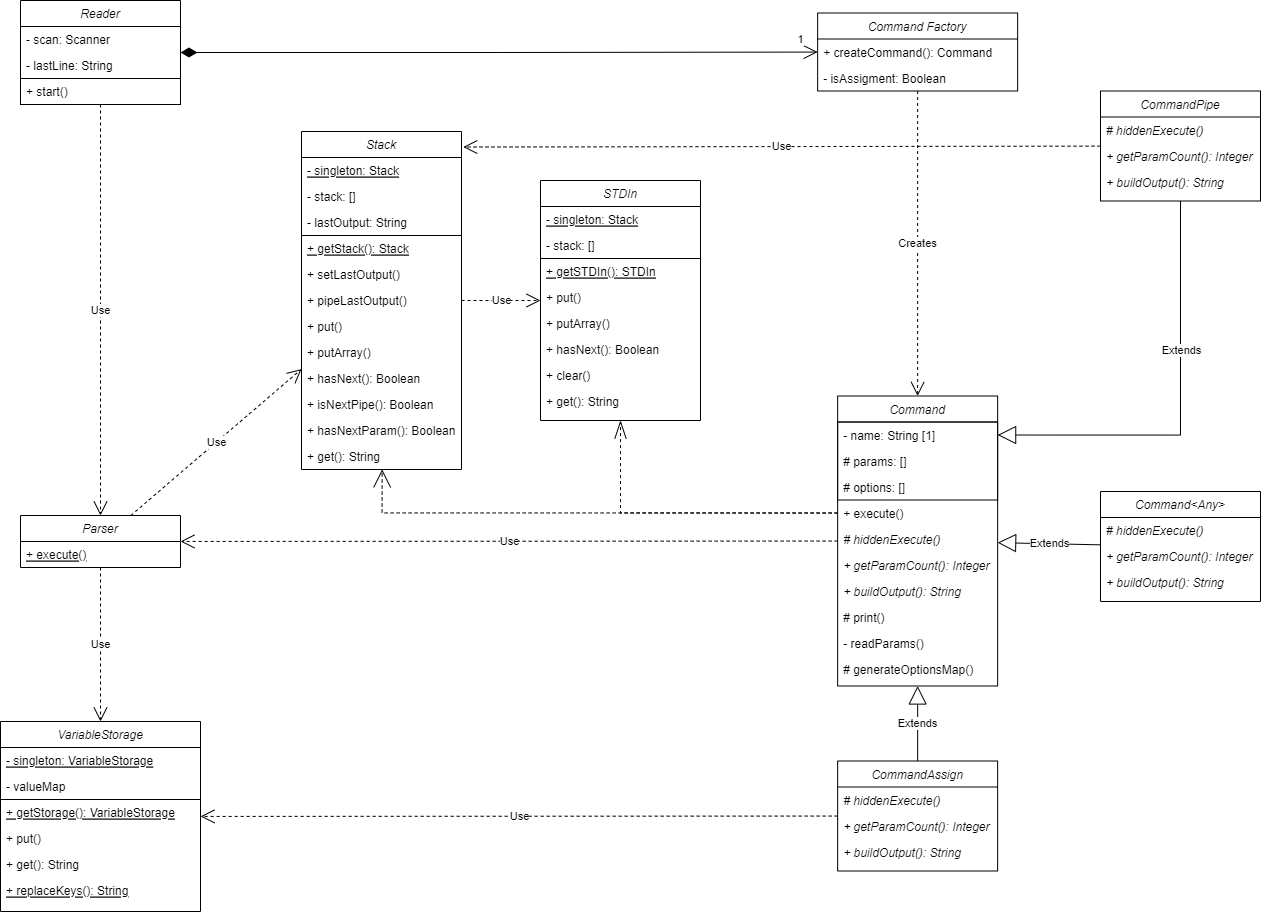
Above: Homework/CLI/CLI/ClassDiagramm.png in bogdanspbm/system_architecture (draw.io), before the change. Source tidied: cells renumbered, new cells last; positions are measured from the earlier drawing's top-left corner, leaving out a move shared by most shapes.
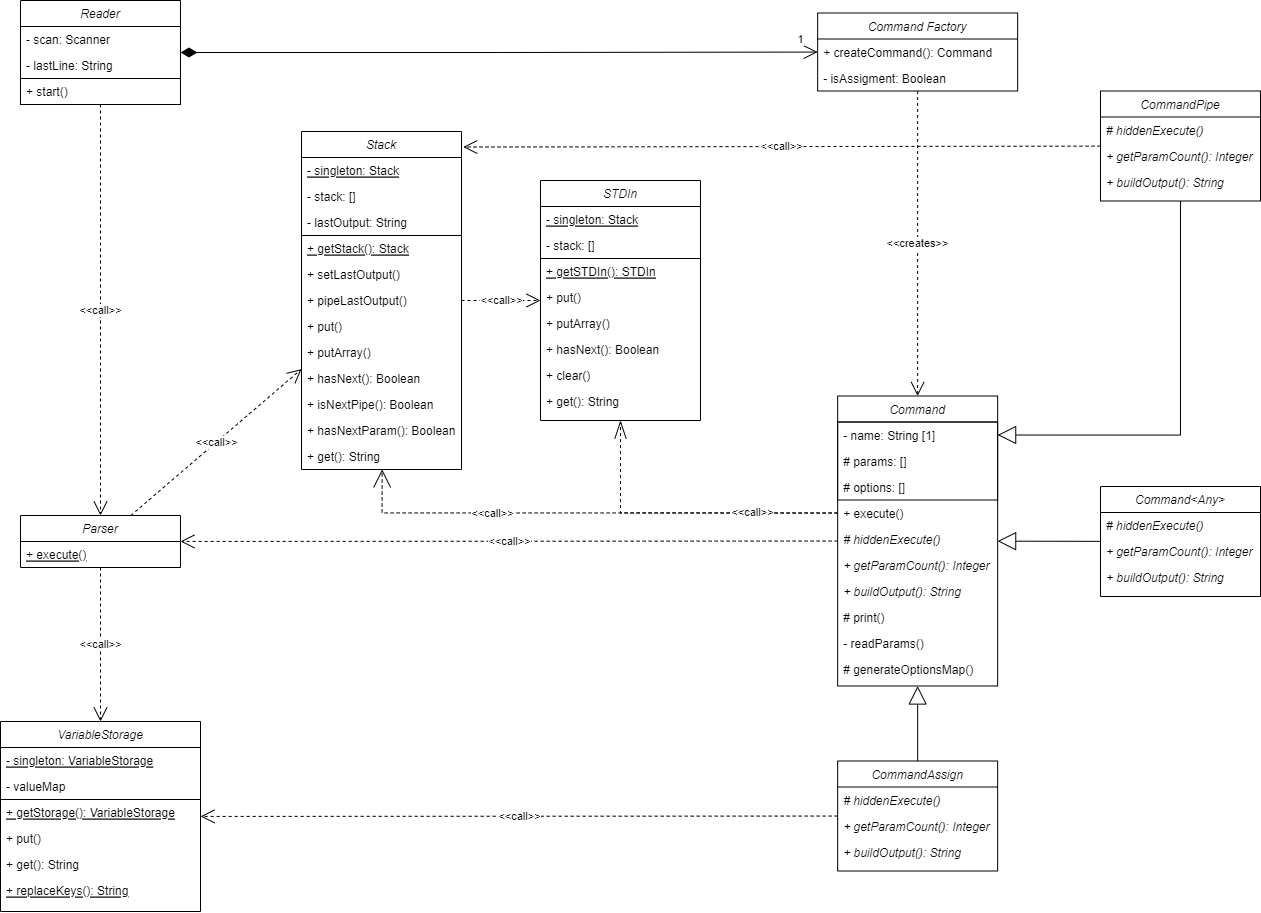
After the commit.

Change to the diagram source:
```diff
@@ -175,16 +175,16 @@
         <mxPoint y="-9" as="offset" />
       </mxGeometry>
     </mxCell>
-    <mxCell id="59" value="Use" style="endArrow=open;endSize=12;dashed=1;html=1;rounded=0;" parent="1" edge="1" source="53" target="14">
+    <mxCell id="59" value="&amp;lt;&amp;lt;call&amp;gt;&amp;gt;" style="endArrow=open;endSize=12;dashed=1;html=1;rounded=0;" parent="1" edge="1" source="53" target="14">
       <mxGeometry relative="1" as="geometry" />
     </mxCell>
-    <mxCell id="60" value="Use" style="endArrow=open;endSize=12;dashed=1;html=1;rounded=0;" parent="1" edge="1" source="2" target="14">
+    <mxCell id="60" value="&amp;lt;&amp;lt;call&amp;gt;&amp;gt;" style="endArrow=open;endSize=12;dashed=1;html=1;rounded=0;" parent="1" edge="1" source="2" target="14">
       <mxGeometry relative="1" as="geometry" />
     </mxCell>
-    <mxCell id="61" value="Creates" style="endArrow=open;endSize=12;dashed=1;html=1;rounded=0;" parent="1" edge="1" source="31" target="2">
+    <mxCell id="61" value="&amp;lt;&amp;lt;creates&amp;gt;&amp;gt;" style="endArrow=open;endSize=12;dashed=1;html=1;rounded=0;" parent="1" edge="1" source="31" target="2">
       <mxGeometry relative="1" as="geometry" />
     </mxCell>
-    <mxCell id="62" value="Use" style="endArrow=open;endSize=12;dashed=1;html=1;rounded=0;" parent="1" edge="1" source="14" target="45">
+    <mxCell id="62" value="&amp;lt;&amp;lt;call&amp;gt;&amp;gt;" style="endArrow=open;endSize=12;dashed=1;html=1;rounded=0;" parent="1" edge="1" source="14" target="45">
       <mxGeometry relative="1" as="geometry" />
     </mxCell>
     <mxCell id="63" value="CommandAssign" style="swimlane;fontStyle=2;align=center;verticalAlign=top;horizontal=1;startSize=26;rounded=0;shadow=0;strokeWidth=1;" parent="1" vertex="1">
@@ -199,61 +199,62 @@
     <mxCell id="66" value="+ buildOutput(): String" style="text;align=left;verticalAlign=top;spacingLeft=4;spacingRight=4;overflow=hidden;rounded=0;shadow=0;html=0;fontStyle=2;" parent="63" vertex="1">
       <mxGeometry y="78" width="160" height="26" as="geometry" />
     </mxCell>
-    <mxCell id="67" value="Extends" style="endArrow=block;endSize=16;endFill=0;html=1;rounded=0;" parent="1" edge="1" source="63" target="2">
+    <mxCell id="67" style="endArrow=block;endSize=16;endFill=0;html=1;rounded=0;" parent="1" edge="1" source="63" target="2">
       <mxGeometry relative="1" as="geometry" />
     </mxCell>
-    <mxCell id="68" value="Use" style="endArrow=open;endSize=12;dashed=1;html=1;rounded=0;" parent="1" edge="1" source="63" target="45">
+    <mxCell id="68" value="&amp;lt;&amp;lt;call&amp;gt;&amp;gt;" style="endArrow=open;endSize=12;dashed=1;html=1;rounded=0;" parent="1" edge="1" source="63" target="45">
       <mxGeometry relative="1" as="geometry" />
     </mxCell>
-    <mxCell id="69" value="Use" style="endArrow=open;endSize=12;dashed=1;html=1;rounded=0;" parent="1" edge="1" source="16" target="34">
+    <mxCell id="69" value="&amp;lt;&amp;lt;call&amp;gt;&amp;gt;" style="endArrow=open;endSize=12;dashed=1;html=1;rounded=0;" parent="1" edge="1" source="16" target="34">
       <mxGeometry relative="1" as="geometry" />
     </mxCell>
-    <mxCell id="70" value="Use" style="endArrow=open;endSize=12;dashed=1;html=1;rounded=0;" parent="1" edge="1" source="14" target="16">
+    <mxCell id="70" value="&amp;lt;&amp;lt;call&amp;gt;&amp;gt;" style="endArrow=open;endSize=12;dashed=1;html=1;rounded=0;" parent="1" edge="1" source="14" target="16">
       <mxGeometry relative="1" as="geometry" />
     </mxCell>
-    <mxCell id="71" style="edgeStyle=orthogonalEdgeStyle;rounded=0;jettySize=auto;html=1;exitX=0.5;exitY=1;exitDx=0;exitDy=0;entryX=1;entryY=0.5;entryDx=0;entryDy=0;strokeColor=default;endSize=16;endArrow=block;endFill=0;" parent="1" edge="1" source="73" target="4">
+    <mxCell id="71" style="edgeStyle=orthogonalEdgeStyle;rounded=0;jettySize=auto;html=1;exitX=0.5;exitY=1;exitDx=0;exitDy=0;entryX=1;entryY=0.5;entryDx=0;entryDy=0;strokeColor=default;endSize=16;endArrow=block;endFill=0;" parent="1" edge="1" source="72" target="4">
       <mxGeometry relative="1" as="geometry" />
     </mxCell>
-    <mxCell id="72" value="Extends" style="edgeLabel;html=1;align=center;verticalAlign=middle;points=[];" parent="71" vertex="1">
-      <mxGeometry x="-0.29" y="3" relative="1" as="geometry">
-        <mxPoint x="-3" as="offset" />
-      </mxGeometry>
+    <mxCell id="72" value="CommandPipe" style="swimlane;fontStyle=2;align=center;verticalAlign=top;horizontal=1;startSize=26;rounded=0;shadow=0;strokeWidth=1;" parent="1" vertex="1">
+      <mxGeometry x="1100" y="90.5" width="160" height="110" as="geometry" />
     </mxCell>
-    <mxCell id="73" value="CommandPipe" style="swimlane;fontStyle=2;align=center;verticalAlign=top;horizontal=1;startSize=26;rounded=0;shadow=0;strokeWidth=1;" parent="1" vertex="1">
-      <mxGeometry x="1100" y="90.5" width="160" height="110" as="geometry" />
+    <mxCell id="73" value="# hiddenExecute()" style="text;align=left;verticalAlign=top;spacingLeft=4;spacingRight=4;overflow=hidden;points=[[0,0.5],[1,0.5]];portConstraint=eastwest;rounded=0;shadow=0;html=0;fontStyle=2;" parent="72" vertex="1">
+      <mxGeometry y="26" width="160" height="26" as="geometry" />
     </mxCell>
-    <mxCell id="74" value="# hiddenExecute()" style="text;align=left;verticalAlign=top;spacingLeft=4;spacingRight=4;overflow=hidden;rounded=0;shadow=0;html=0;fontStyle=2;" parent="73" vertex="1">
-      <mxGeometry y="26" width="160" height="26" as="geometry" />
+    <mxCell id="74" value="+ getParamCount(): Integer" style="text;align=left;verticalAlign=top;spacingLeft=4;spacingRight=4;overflow=hidden;rounded=0;shadow=0;html=0;fontStyle=2;" parent="72" vertex="1">
+      <mxGeometry y="52" width="160" height="26" as="geometry" />
     </mxCell>
-    <mxCell id="75" value="+ getParamCount(): Integer" style="text;align=left;verticalAlign=top;spacingLeft=4;spacingRight=4;overflow=hidden;rounded=0;shadow=0;html=0;fontStyle=2;" parent="73" vertex="1">
-      <mxGeometry y="52" width="160" height="26" as="geometry" />
+    <mxCell id="75" value="+ buildOutput(): String" style="text;align=left;verticalAlign=top;spacingLeft=4;spacingRight=4;overflow=hidden;rounded=0;shadow=0;html=0;fontStyle=2;" parent="72" vertex="1">
+      <mxGeometry y="78" width="160" height="26" as="geometry" />
     </mxCell>
-    <mxCell id="76" value="+ buildOutput(): String" style="text;align=left;verticalAlign=top;spacingLeft=4;spacingRight=4;overflow=hidden;rounded=0;shadow=0;html=0;fontStyle=2;" parent="73" vertex="1">
-      <mxGeometry y="78" width="160" height="26" as="geometry" />
+    <mxCell id="76" value="&amp;lt;&amp;lt;call&amp;gt;&amp;gt;" style="endArrow=open;endSize=12;dashed=1;html=1;rounded=0;entryX=1.011;entryY=0.046;entryDx=0;entryDy=0;entryPerimeter=0;" parent="1" edge="1" source="72" target="16">
+      <mxGeometry relative="1" as="geometry" />
     </mxCell>
-    <mxCell id="77" value="Use" style="endArrow=open;endSize=12;dashed=1;html=1;rounded=0;entryX=1.011;entryY=0.046;entryDx=0;entryDy=0;entryPerimeter=0;" parent="1" edge="1" source="73" target="16">
+    <mxCell id="77" style="edgeStyle=orthogonalEdgeStyle;rounded=0;jettySize=auto;html=1;exitX=0;exitY=0.5;exitDx=0;exitDy=0;entryX=0.504;entryY=0.995;entryDx=0;entryDy=0;entryPerimeter=0;strokeColor=default;endArrow=open;endFill=0;endSize=16;dashed=1;" parent="1" edge="1" source="7" target="30">
       <mxGeometry relative="1" as="geometry" />
     </mxCell>
-    <mxCell id="78" style="edgeStyle=orthogonalEdgeStyle;rounded=0;jettySize=auto;html=1;exitX=0;exitY=0.5;exitDx=0;exitDy=0;entryX=0.504;entryY=0.995;entryDx=0;entryDy=0;entryPerimeter=0;strokeColor=default;endArrow=open;endFill=0;endSize=16;dashed=1;" parent="1" edge="1" source="7" target="30">
-      <mxGeometry relative="1" as="geometry" />
+    <mxCell id="78" value="&amp;lt;&amp;lt;call&amp;gt;&amp;gt;" style="edgeLabel;html=1;align=center;verticalAlign=middle;" parent="77" vertex="1">
+      <mxGeometry x="0.38" relative="1" as="geometry" />
     </mxCell>
     <mxCell id="79" style="edgeStyle=orthogonalEdgeStyle;rounded=0;jettySize=auto;html=1;exitX=0;exitY=0.5;exitDx=0;exitDy=0;entryX=0.5;entryY=1;entryDx=0;entryDy=0;strokeColor=default;strokeWidth=1;endArrow=openThin;endFill=0;endSize=16;dashed=1;" parent="1" edge="1" source="7" target="34">
       <mxGeometry relative="1" as="geometry" />
     </mxCell>
-    <mxCell id="80" value="Command&lt;Any&gt;" style="swimlane;fontStyle=2;align=center;verticalAlign=top;horizontal=1;startSize=26;rounded=0;shadow=0;strokeWidth=1;" parent="1" vertex="1">
-      <mxGeometry x="1100" y="491" width="160" height="110" as="geometry" />
+    <mxCell id="80" value="&amp;lt;&amp;lt;call&amp;gt;&amp;gt;" style="edgeLabel;html=1;align=center;verticalAlign=middle;points=[];" parent="79" vertex="1">
+      <mxGeometry x="-0.45" y="-1" relative="1" as="geometry" />
     </mxCell>
-    <mxCell id="81" value="# hiddenExecute()" style="text;align=left;verticalAlign=top;spacingLeft=4;spacingRight=4;overflow=hidden;points=[[0,0.5],[1,0.5]];portConstraint=eastwest;rounded=0;shadow=0;html=0;fontStyle=2;" parent="80" vertex="1">
-      <mxGeometry y="26" width="160" height="26" as="geometry" />
+    <mxCell id="81" value="Command&lt;Any&gt;" style="swimlane;fontStyle=2;align=center;verticalAlign=top;horizontal=1;startSize=26;rounded=0;shadow=0;strokeWidth=1;" parent="1" vertex="1">
+      <mxGeometry x="1100" y="486" width="160" height="110" as="geometry" />
     </mxCell>
-    <mxCell id="82" value="+ getParamCount(): Integer" style="text;align=left;verticalAlign=top;spacingLeft=4;spacingRight=4;overflow=hidden;rounded=0;shadow=0;html=0;fontStyle=2;" parent="80" vertex="1">
-      <mxGeometry y="52" width="160" height="26" as="geometry" />
+    <mxCell id="82" value="# hiddenExecute()" style="text;align=left;verticalAlign=top;spacingLeft=4;spacingRight=4;overflow=hidden;rounded=0;shadow=0;html=0;fontStyle=2;" parent="81" vertex="1">
+      <mxGeometry y="26" width="160" height="26" as="geometry" />
     </mxCell>
-    <mxCell id="83" value="+ buildOutput(): String" style="text;align=left;verticalAlign=top;spacingLeft=4;spacingRight=4;overflow=hidden;rounded=0;shadow=0;html=0;fontStyle=2;" parent="80" vertex="1">
-      <mxGeometry y="78" width="160" height="26" as="geometry" />
+    <mxCell id="83" value="+ getParamCount(): Integer" style="text;align=left;verticalAlign=top;spacingLeft=4;spacingRight=4;overflow=hidden;rounded=0;shadow=0;html=0;fontStyle=2;" parent="81" vertex="1">
+      <mxGeometry y="52" width="160" height="26" as="geometry" />
     </mxCell>
-    <mxCell id="84" value="Extends" style="endArrow=block;endSize=16;endFill=0;html=1;rounded=0;strokeColor=default;strokeWidth=1;" parent="1" edge="1" source="80" target="2">
-      <mxGeometry relative="1" as="geometry" />
+    <mxCell id="84" value="+ buildOutput(): String" style="text;align=left;verticalAlign=top;spacingLeft=4;spacingRight=4;overflow=hidden;rounded=0;shadow=0;html=0;fontStyle=2;" parent="81" vertex="1">
+      <mxGeometry y="78" width="160" height="26" as="geometry" />
     </mxCell>
+    <mxCell id="85" style="endArrow=block;endSize=16;endFill=0;html=1;rounded=0;strokeColor=default;strokeWidth=1;" parent="1" edge="1" source="81" target="2">
+      <mxGeometry relative="1" as="geometry" />
+    </mxCell>
   </root>
 </mxGraphModel>
```
